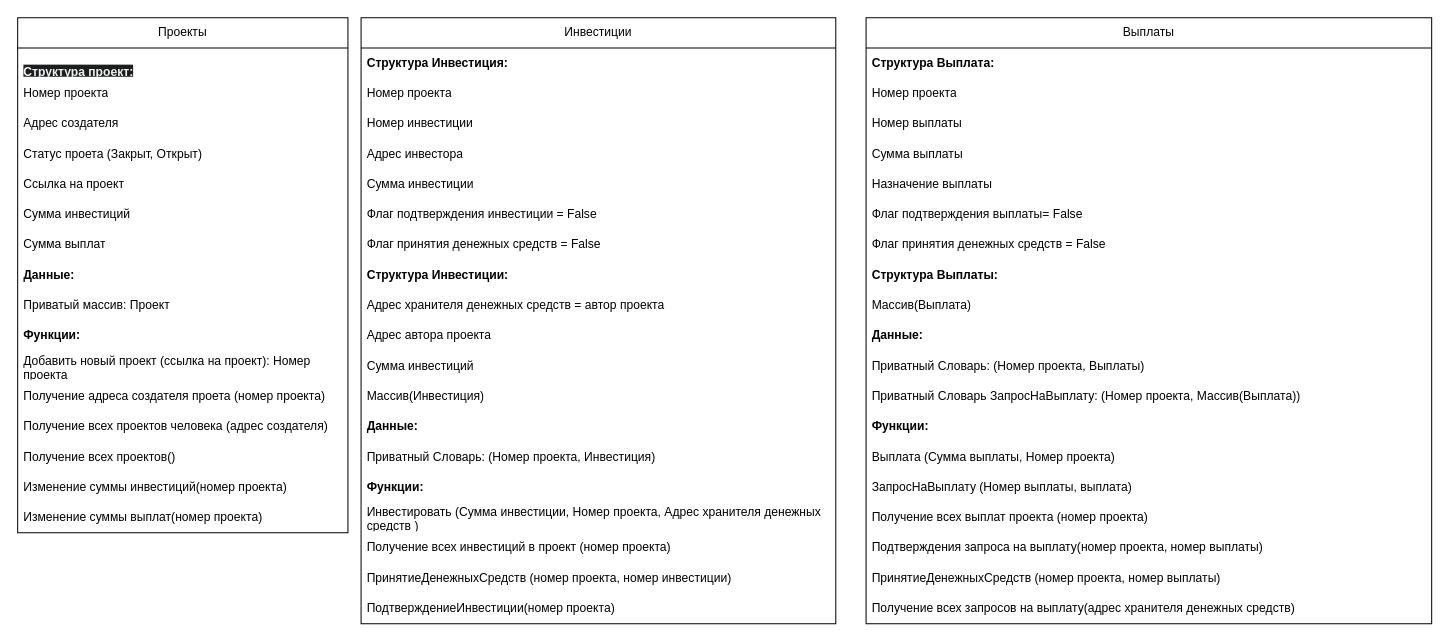
Above: Схема/СхемаСмарт-контракты.drawio in VavilonBase/blockchain_crowdfunding (draw.io), before the change. Source tidied: cells renumbered, new cells numbered last; positions are measured from the earlier drawing's top-left corner, leaving out a move shared by most shapes. Both pictures are drawn from the tidied source at 101%, with x=0, y=0 at pixel (17, 17).
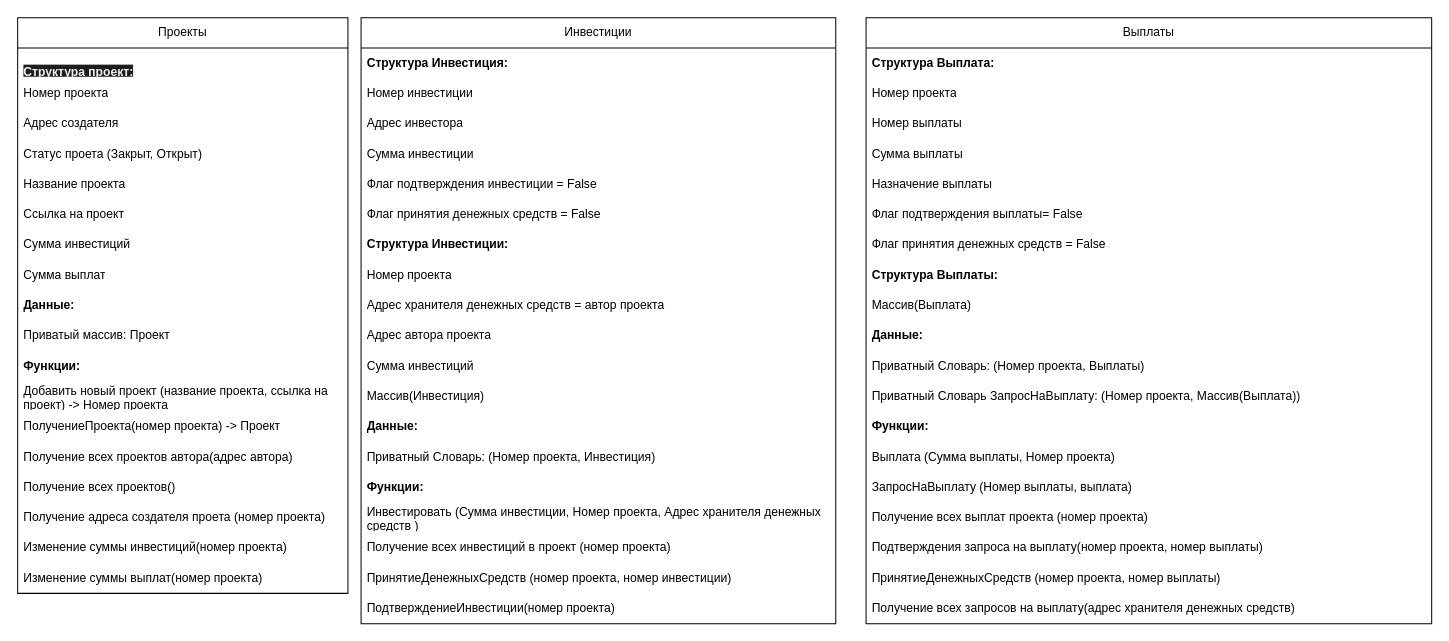
The same diagram, later.

Commit message (it also covers changes not shown here):
Добавил блок-схемы

The change refers to these unchanged cells:
```xml
<mxCell id="19" value="Инвестиции" style="swimlane;fontStyle=0;horizontal=1;startSize=30;whiteSpace=wrap;html=1;" parent="1" vertex="1">
  <mxGeometry x="340" width="470" height="600" as="geometry" />
</mxCell>
```

What changed in the source:
```diff
@@
     <mxCell id="2" value="Проекты" style="swimlane;fontStyle=0;horizontal=1;startSize=30;whiteSpace=wrap;html=1;" parent="1" vertex="1">
-      <mxGeometry width="327" height="510" as="geometry" />
+      <mxGeometry width="327" height="570" as="geometry" />
     </mxCell>
@@
+    <mxCell id="60" value="Название проекта" style="text;strokeColor=none;fillColor=none;align=left;verticalAlign=middle;spacingLeft=4;spacingRight=4;overflow=hidden;whiteSpace=wrap;html=1;" parent="2" vertex="1">
+      <mxGeometry y="150" width="327" height="30" as="geometry" />
+    </mxCell>
     <mxCell id="7" value="Ссылка на проект" style="text;strokeColor=none;fillColor=none;align=left;verticalAlign=middle;spacingLeft=4;spacingRight=4;overflow=hidden;whiteSpace=wrap;html=1;" parent="2" vertex="1">
-      <mxGeometry y="150" width="327" height="30" as="geometry" />
+      <mxGeometry y="180" width="327" height="30" as="geometry" />
     </mxCell>
     <mxCell id="8" value="Сумма инвестиций" style="text;strokeColor=none;fillColor=none;align=left;verticalAlign=middle;spacingLeft=4;spacingRight=4;overflow=hidden;whiteSpace=wrap;html=1;" parent="2" vertex="1">
-      <mxGeometry y="180" width="327" height="30" as="geometry" />
+      <mxGeometry y="210" width="327" height="30" as="geometry" />
     </mxCell>
     <mxCell id="9" value="Сумма выплат" style="text;strokeColor=none;fillColor=none;align=left;verticalAlign=middle;spacingLeft=4;spacingRight=4;overflow=hidden;whiteSpace=wrap;html=1;" parent="2" vertex="1">
-      <mxGeometry y="210" width="327" height="30" as="geometry" />
+      <mxGeometry y="240" width="327" height="30" as="geometry" />
     </mxCell>
     <mxCell id="10" value="&lt;b&gt;Данные:&lt;/b&gt;" style="text;strokeColor=none;fillColor=none;align=left;verticalAlign=middle;spacingLeft=4;spacingRight=4;overflow=hidden;whiteSpace=wrap;html=1;" parent="2" vertex="1">
-      <mxGeometry y="240" width="327" height="30" as="geometry" />
+      <mxGeometry y="270" width="327" height="30" as="geometry" />
     </mxCell>
     <mxCell id="11" value="Приватый массив: Проект" style="text;strokeColor=none;fillColor=none;align=left;verticalAlign=middle;spacingLeft=4;spacingRight=4;overflow=hidden;whiteSpace=wrap;html=1;" parent="2" vertex="1">
-      <mxGeometry y="270" width="327" height="30" as="geometry" />
+      <mxGeometry y="300" width="327" height="30" as="geometry" />
     </mxCell>
     <mxCell id="12" value="&lt;b&gt;Функции:&lt;/b&gt;" style="text;strokeColor=none;fillColor=none;align=left;verticalAlign=middle;spacingLeft=4;spacingRight=4;overflow=hidden;whiteSpace=wrap;html=1;" parent="2" vertex="1">
-      <mxGeometry y="300" width="327" height="30" as="geometry" />
+      <mxGeometry y="330" width="327" height="30" as="geometry" />
     </mxCell>
-    <mxCell id="13" value="&lt;span style=&quot;background-color: initial;&quot;&gt;Добавить новый проект (ссылка на проект): Номер проекта&lt;/span&gt;" style="text;strokeColor=none;fillColor=none;align=left;verticalAlign=middle;spacingLeft=4;spacingRight=4;overflow=hidden;whiteSpace=wrap;html=1;" parent="2" vertex="1">
-      <mxGeometry y="330" width="327" height="30" as="geometry" />
+    <mxCell id="13" value="&lt;span style=&quot;background-color: initial;&quot;&gt;Добавить новый проект (название проекта, ссылка на проект) -&amp;gt; Номер проекта&lt;/span&gt;" style="text;strokeColor=none;fillColor=none;align=left;verticalAlign=middle;spacingLeft=4;spacingRight=4;overflow=hidden;whiteSpace=wrap;html=1;" parent="2" vertex="1">
+      <mxGeometry y="360" width="327" height="30" as="geometry" />
     </mxCell>
-    <mxCell id="14" value="Получение адреса создателя проета (номер проекта)" style="text;strokeColor=none;fillColor=none;align=left;verticalAlign=middle;spacingLeft=4;spacingRight=4;overflow=hidden;whiteSpace=wrap;html=1;" parent="2" vertex="1">
-      <mxGeometry y="360" width="327" height="30" as="geometry" />
-    </mxCell>
+    <mxCell id="61" value="ПолучениеПроекта(номер проекта) -&amp;gt; Проект" style="text;strokeColor=none;fillColor=none;align=left;verticalAlign=middle;spacingLeft=4;spacingRight=4;overflow=hidden;whiteSpace=wrap;html=1;" parent="2" vertex="1">
+      <mxGeometry y="390" width="327" height="30" as="geometry" />
+    </mxCell>
-    <mxCell id="15" value="Получение всех проектов человека (адрес создателя)" style="text;strokeColor=none;fillColor=none;align=left;verticalAlign=middle;spacingLeft=4;spacingRight=4;overflow=hidden;whiteSpace=wrap;html=1;" parent="2" vertex="1">
-      <mxGeometry y="390" width="327" height="30" as="geometry" />
+    <mxCell id="15" value="Получение всех проектов автора(адрес автора)" style="text;strokeColor=none;fillColor=none;align=left;verticalAlign=middle;spacingLeft=4;spacingRight=4;overflow=hidden;whiteSpace=wrap;html=1;" parent="2" vertex="1">
+      <mxGeometry y="420" width="327" height="30" as="geometry" />
     </mxCell>
     <mxCell id="16" value="Получение всех проектов()" style="text;strokeColor=none;fillColor=none;align=left;verticalAlign=middle;spacingLeft=4;spacingRight=4;overflow=hidden;whiteSpace=wrap;html=1;" parent="2" vertex="1">
-      <mxGeometry y="420" width="327" height="30" as="geometry" />
+      <mxGeometry y="450" width="327" height="30" as="geometry" />
     </mxCell>
+    <mxCell id="14" value="Получение адреса создателя проета (номер проекта)" style="text;strokeColor=none;fillColor=none;align=left;verticalAlign=middle;spacingLeft=4;spacingRight=4;overflow=hidden;whiteSpace=wrap;html=1;" parent="2" vertex="1">
+      <mxGeometry y="480" width="327" height="30" as="geometry" />
+    </mxCell>
     <mxCell id="17" value="Изменение суммы инвестиций(номер проекта)" style="text;strokeColor=none;fillColor=none;align=left;verticalAlign=middle;spacingLeft=4;spacingRight=4;overflow=hidden;whiteSpace=wrap;html=1;" parent="2" vertex="1">
-      <mxGeometry y="450" width="327" height="30" as="geometry" />
+      <mxGeometry y="510" width="327" height="30" as="geometry" />
     </mxCell>
     <mxCell id="18" value="Изменение суммы выплат(номер проекта)" style="text;strokeColor=none;fillColor=none;align=left;verticalAlign=middle;spacingLeft=4;spacingRight=4;overflow=hidden;whiteSpace=wrap;html=1;" parent="2" vertex="1">
-      <mxGeometry y="480" width="327" height="30" as="geometry" />
+      <mxGeometry y="540" width="327" height="30" as="geometry" />
     </mxCell>
@@
-    <mxCell id="21" value="Номер проекта" style="text;strokeColor=none;fillColor=none;align=left;verticalAlign=middle;spacingLeft=4;spacingRight=4;overflow=hidden;whiteSpace=wrap;html=1;" parent="19" vertex="1">
-      <mxGeometry y="60" width="470" height="30" as="geometry" />
-    </mxCell>
     <mxCell id="22" value="Номер инвестиции" style="text;strokeColor=none;fillColor=none;align=left;verticalAlign=middle;spacingLeft=4;spacingRight=4;overflow=hidden;whiteSpace=wrap;html=1;" parent="19" vertex="1">
-      <mxGeometry y="90" width="470" height="30" as="geometry" />
+      <mxGeometry y="60" width="470" height="30" as="geometry" />
     </mxCell>
     <mxCell id="23" value="Адрес инвестора" style="text;strokeColor=none;fillColor=none;align=left;verticalAlign=middle;spacingLeft=4;spacingRight=4;overflow=hidden;whiteSpace=wrap;html=1;" parent="19" vertex="1">
-      <mxGeometry y="120" width="470" height="30" as="geometry" />
+      <mxGeometry y="90" width="470" height="30" as="geometry" />
     </mxCell>
     <mxCell id="24" value="Сумма инвестиции" style="text;strokeColor=none;fillColor=none;align=left;verticalAlign=middle;spacingLeft=4;spacingRight=4;overflow=hidden;whiteSpace=wrap;html=1;" parent="19" vertex="1">
-      <mxGeometry y="150" width="470" height="30" as="geometry" />
+      <mxGeometry y="120" width="470" height="30" as="geometry" />
     </mxCell>
     <mxCell id="25" value="Флаг подтверждения инвестиции = False" style="text;strokeColor=none;fillColor=none;align=left;verticalAlign=middle;spacingLeft=4;spacingRight=4;overflow=hidden;whiteSpace=wrap;html=1;" parent="19" vertex="1">
-      <mxGeometry y="180" width="470" height="30" as="geometry" />
+      <mxGeometry y="150" width="470" height="30" as="geometry" />
     </mxCell>
     <mxCell id="26" value="Флаг принятия денежных средств = False" style="text;strokeColor=none;fillColor=none;align=left;verticalAlign=middle;spacingLeft=4;spacingRight=4;overflow=hidden;whiteSpace=wrap;html=1;" parent="19" vertex="1">
-      <mxGeometry y="210" width="470" height="30" as="geometry" />
+      <mxGeometry y="180" width="470" height="30" as="geometry" />
     </mxCell>
     <mxCell id="27" value="&lt;b&gt;Структура Инвестиции:&lt;/b&gt;" style="text;strokeColor=none;fillColor=none;align=left;verticalAlign=middle;spacingLeft=4;spacingRight=4;overflow=hidden;whiteSpace=wrap;html=1;" parent="19" vertex="1">
-      <mxGeometry y="240" width="470" height="30" as="geometry" />
+      <mxGeometry y="210" width="470" height="30" as="geometry" />
     </mxCell>
+    <mxCell id="21" value="Номер проекта" style="text;strokeColor=none;fillColor=none;align=left;verticalAlign=middle;spacingLeft=4;spacingRight=4;overflow=hidden;whiteSpace=wrap;html=1;" parent="19" vertex="1">
+      <mxGeometry y="240" width="470" height="30" as="geometry" />
+    </mxCell>
```
